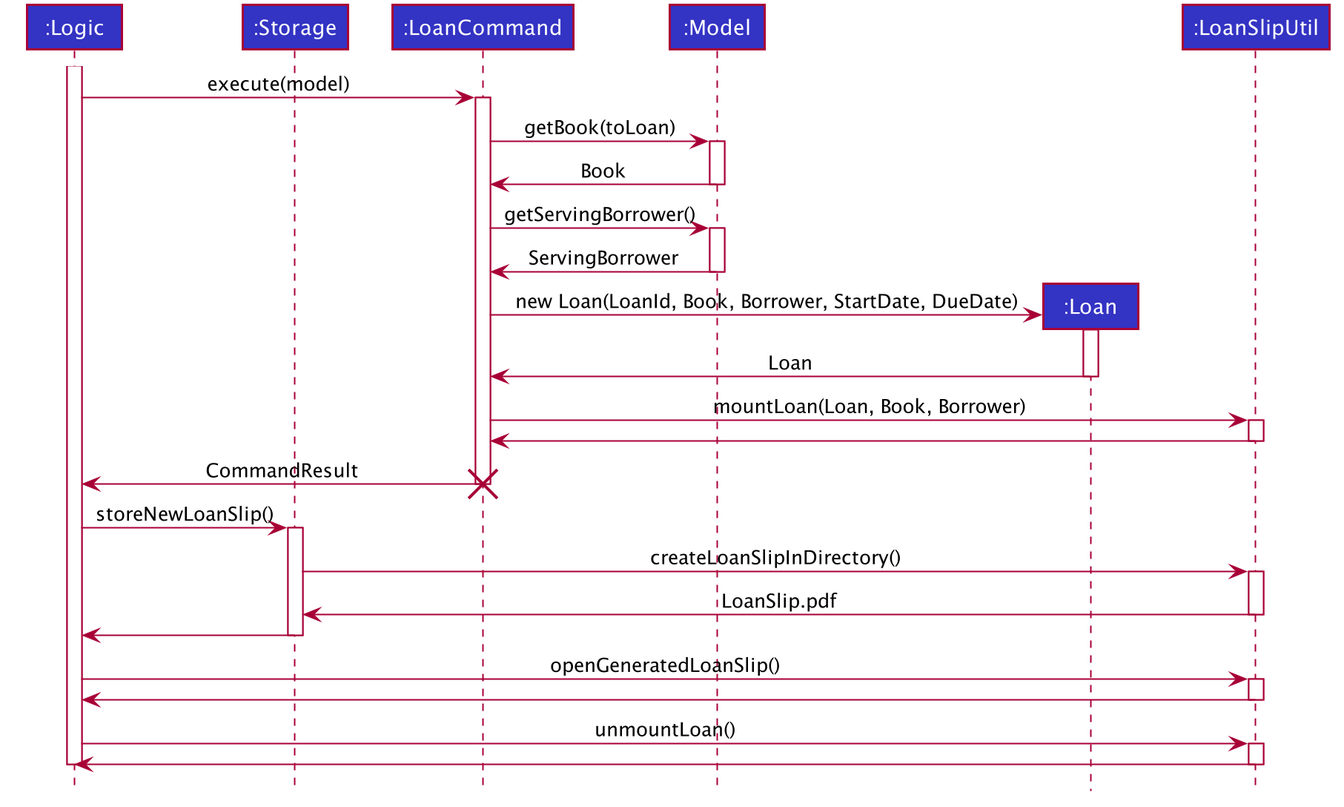
AY1920S1-CS2103T-F13-1/main keeps this PlantUML diagram as images/LoanSlipGeneration.png. Above is the earlier version.
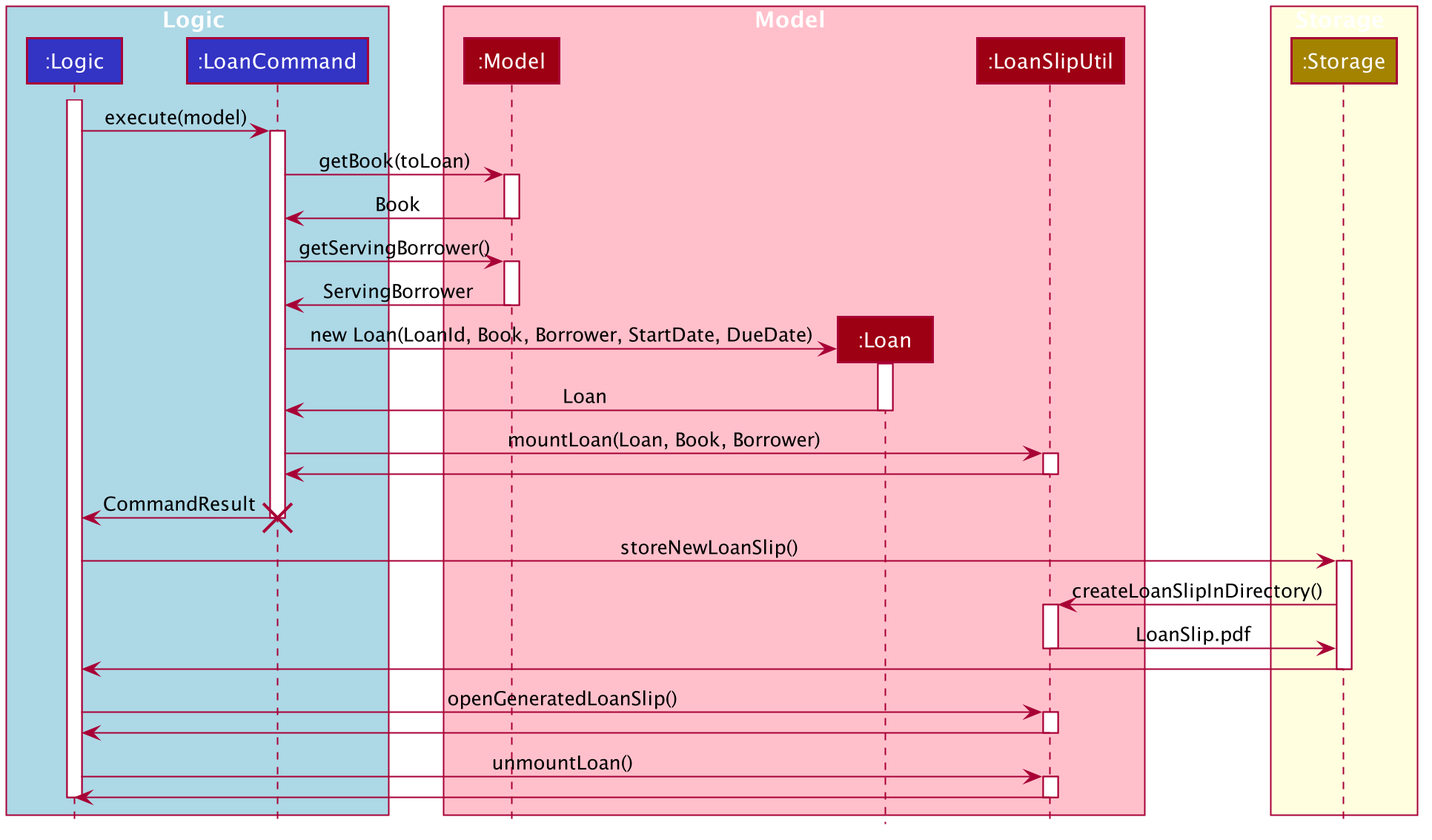
The same diagram one commit later.

Diff of the diagram source:
```diff
@@ -1,4 +1,5 @@
 @startuml
+
 
 
 
@@ -35,7 +36,6 @@
 
 skinparam Participant {
     FontColor #FFFFFFF
-    Padding 20
 }
 
 skinparam MinClassWidth 50
@@ -48,12 +48,18 @@
 hide members
 hide circle
 
-participant ":Logic" as Logic #3333C4
-participant ":Storage" as Storage #3333C4
-participant ":LoanCommand" as LoanCommand #3333C4
-participant ":Model" as Model #3333C4
-participant ":Loan" as Loan #3333C4
-participant ":LoanSlipUtil" as LoanSlipUtil #3333C4
+box Logic #Lightblue
+    participant ":Logic" as Logic #3333C4
+    participant ":LoanCommand" as LoanCommand #3333C4
+end box
+box Model #Pink
+    participant ":Model" as Model #9D0012
+    participant ":Loan" as Loan #9D0012
+    participant ":LoanSlipUtil" as LoanSlipUtil #9D0012
+end box
+box Storage #Lightyellow
+    participant ":Storage" as Storage #A38300
+end box
 
 activate Logic
 Logic -> LoanCommand : execute(model)
```
